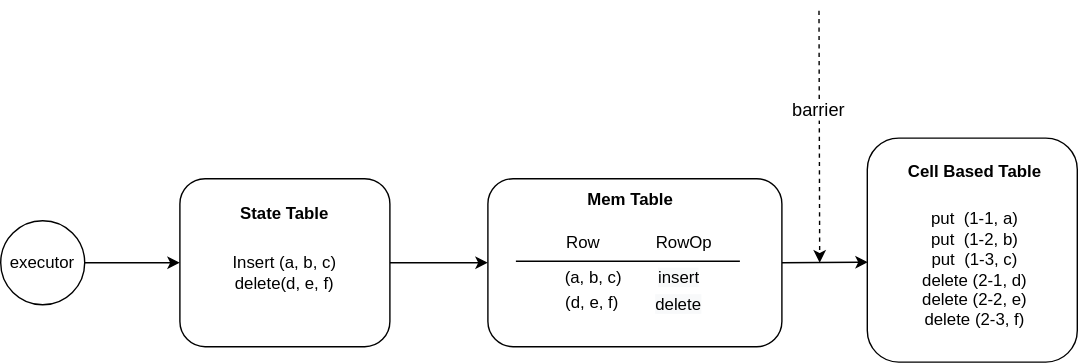
This is docs/images/relational-table-layer/relational-table-03.svg from piedb-dev/piestream, a draw.io export, as it was before one commit. Source tidied: cells renumbered, new cells last; positions are measured from the earlier drawing's top-left corner, leaving out a move shared by most shapes. Its diagram source:
```xml
<mxGraphModel>
  <root>
    <mxCell id="0" />
    <mxCell id="1" parent="0" />
    <mxCell id="2" style="edgeStyle=orthogonalEdgeStyle;rounded=0;jettySize=auto;html=1;exitX=1;exitY=0.5;exitDx=0;exitDy=0;" parent="1" edge="1" source="3" target="5">
      <mxGeometry relative="1" as="geometry" />
    </mxCell>
    <mxCell id="3" value="executor" style="ellipse;whiteSpace=wrap;html=1;" parent="1" vertex="1">
      <mxGeometry y="150" width="60" height="60" as="geometry" />
    </mxCell>
    <mxCell id="4" style="edgeStyle=none;rounded=0;jettySize=auto;html=1;exitX=1;exitY=0.5;exitDx=0;exitDy=0;entryX=0;entryY=0.5;entryDx=0;entryDy=0;" parent="1" edge="1" source="5" target="8">
      <mxGeometry relative="1" as="geometry" />
    </mxCell>
    <mxCell id="5" value="&lt;br&gt;Insert (a, b, c)&lt;br&gt;delete(d, e, f)" style="rounded=1;whiteSpace=wrap;html=1;" parent="1" vertex="1">
      <mxGeometry x="128" y="120" width="150" height="120" as="geometry" />
    </mxCell>
    <mxCell id="6" value="&lt;b&gt;State Table&lt;/b&gt;" style="text;html=1;strokeColor=none;fillColor=none;align=center;verticalAlign=middle;whiteSpace=wrap;rounded=0;" parent="1" vertex="1">
      <mxGeometry x="158" y="130" width="90" height="30" as="geometry" />
    </mxCell>
    <mxCell id="7" style="edgeStyle=none;rounded=0;jettySize=auto;html=1;exitX=1;exitY=0.5;exitDx=0;exitDy=0;entryX=0.003;entryY=0.554;entryDx=0;entryDy=0;entryPerimeter=0;fontSize=13;" parent="1" edge="1" source="8" target="15">
      <mxGeometry relative="1" as="geometry" />
    </mxCell>
    <mxCell id="8" value="&lt;table&gt;&lt;tbody&gt;&lt;tr&gt;&lt;td&gt;&lt;br&gt;&lt;/td&gt;&lt;td&gt;&lt;br&gt;&lt;/td&gt;&lt;/tr&gt;&lt;tr&gt;&lt;td&gt;&lt;br&gt;&lt;/td&gt;&lt;td&gt;&lt;br&gt;&lt;/td&gt;&lt;/tr&gt;&lt;/tbody&gt;&lt;/table&gt;" style="rounded=1;whiteSpace=wrap;html=1;" parent="1" vertex="1">
      <mxGeometry x="348" y="120" width="210" height="120" as="geometry" />
    </mxCell>
    <mxCell id="9" value="&lt;b&gt;Mem Table&lt;/b&gt;" style="text;html=1;strokeColor=none;fillColor=none;align=center;verticalAlign=middle;whiteSpace=wrap;rounded=0;" parent="1" vertex="1">
      <mxGeometry x="405" y="120" width="90" height="30" as="geometry" />
    </mxCell>
    <mxCell id="10" value="Row&amp;nbsp; &amp;nbsp; &amp;nbsp; &amp;nbsp; &amp;nbsp; &amp;nbsp; RowOp&amp;nbsp;" style="text;html=1;strokeColor=none;fillColor=none;align=center;verticalAlign=middle;whiteSpace=wrap;rounded=0;dashed=1;" parent="1" vertex="1">
      <mxGeometry x="388" y="151" width="140" height="29" as="geometry" />
    </mxCell>
    <mxCell id="11" value="(a, b, c)&amp;nbsp; &amp;nbsp; &amp;nbsp;" style="text;html=1;strokeColor=none;fillColor=none;align=center;verticalAlign=middle;whiteSpace=wrap;rounded=0;dashed=1;" parent="1" vertex="1">
      <mxGeometry x="373" y="176" width="118" height="30" as="geometry" />
    </mxCell>
    <mxCell id="12" value="(d, e, f)&amp;nbsp;&amp;nbsp;" style="text;html=1;strokeColor=none;fillColor=none;align=center;verticalAlign=middle;whiteSpace=wrap;rounded=0;dashed=1;" parent="1" vertex="1">
      <mxGeometry x="386" y="194" width="80" height="30" as="geometry" />
    </mxCell>
    <mxCell id="13" style="line;strokeWidth=1;html=1;perimeter=backbonePerimeter;" parent="1" vertex="1">
      <mxGeometry x="368" y="174" width="160" height="10" as="geometry" />
    </mxCell>
    <mxCell id="14" value="&lt;span style=&quot;color: rgb(0, 0, 0); font-family: Helvetica; font-size: 12px; font-style: normal; font-variant-ligatures: normal; font-variant-caps: normal; font-weight: 400; letter-spacing: normal; orphans: 2; text-align: center; text-indent: 0px; text-transform: none; widows: 2; word-spacing: 0px; -webkit-text-stroke-width: 0px; background-color: rgb(248, 249, 250); text-decoration-thickness: initial; text-decoration-style: initial; text-decoration-color: initial; float: none; display: inline !important;&quot;&gt;delete&lt;/span&gt;" style="text;whiteSpace=wrap;html=1;" parent="1" vertex="1">
      <mxGeometry x="466" y="196" width="60" height="30" as="geometry" />
    </mxCell>
    <mxCell id="15" value="&lt;table&gt;&lt;tbody&gt;&lt;tr&gt;&lt;td&gt;&lt;br&gt;&lt;/td&gt;&lt;td&gt;&lt;br&gt;&lt;/td&gt;&lt;/tr&gt;&lt;tr&gt;&lt;td&gt;&lt;br&gt;&lt;/td&gt;&lt;td&gt;&lt;br&gt;&lt;/td&gt;&lt;/tr&gt;&lt;/tbody&gt;&lt;/table&gt;" style="rounded=1;whiteSpace=wrap;html=1;" parent="1" vertex="1">
      <mxGeometry x="619" y="91" width="150" height="160" as="geometry" />
    </mxCell>
    <mxCell id="16" value="&lt;b&gt;Cell Based Table&lt;/b&gt;" style="text;html=1;strokeColor=none;fillColor=none;align=center;verticalAlign=middle;whiteSpace=wrap;rounded=0;" parent="1" vertex="1">
      <mxGeometry x="641" y="100" width="110" height="30" as="geometry" />
    </mxCell>
    <mxCell id="17" value="put&amp;nbsp; (1-1, a)&lt;br&gt;put&amp;nbsp; (1-2, b)&lt;br&gt;put&amp;nbsp; (1-3, c)&lt;br&gt;delete (2-1, d)&lt;br&gt;delete (2-2, e)&lt;br&gt;delete (2-3, f)" style="text;html=1;strokeColor=none;fillColor=none;align=center;verticalAlign=middle;whiteSpace=wrap;rounded=0;dashed=1;" parent="1" vertex="1">
      <mxGeometry x="656" y="170" width="80" height="30" as="geometry" />
    </mxCell>
    <mxCell id="18" value="&lt;span style=&quot;color: rgb(0, 0, 0); font-family: Helvetica; font-size: 12px; font-style: normal; font-variant-ligatures: normal; font-variant-caps: normal; font-weight: 400; letter-spacing: normal; orphans: 2; text-align: center; text-indent: 0px; text-transform: none; widows: 2; word-spacing: 0px; -webkit-text-stroke-width: 0px; background-color: rgb(248, 249, 250); text-decoration-thickness: initial; text-decoration-style: initial; text-decoration-color: initial; float: none; display: inline !important;&quot;&gt;insert&lt;/span&gt;" style="text;whiteSpace=wrap;html=1;" parent="1" vertex="1">
      <mxGeometry x="468" y="177" width="60" height="30" as="geometry" />
    </mxCell>
    <mxCell id="19" style="edgeStyle=none;rounded=0;orthogonalLoop=1;jettySize=auto;html=1;dashed=1;" parent="1" edge="1">
      <mxGeometry relative="1" as="geometry">
        <mxPoint x="584.5" as="sourcePoint" />
        <mxPoint x="585" y="180" as="targetPoint" />
      </mxGeometry>
    </mxCell>
    <mxCell id="20" value="barrier" style="edgeLabel;html=1;align=center;verticalAlign=middle;fontSize=13;" parent="19" vertex="1">
      <mxGeometry x="-0.71" y="-1" relative="1" as="geometry">
        <mxPoint y="44" as="offset" />
      </mxGeometry>
    </mxCell>
    <mxCell id="21" style="edgeStyle=none;rounded=0;orthogonalLoop=1;jettySize=auto;html=1;exitX=0.25;exitY=0;exitDx=0;exitDy=0;dashed=1;fontSize=13;" parent="1" edge="1" source="17" target="17">
      <mxGeometry relative="1" as="geometry" />
    </mxCell>
    <mxCell id="22" style="edgeStyle=none;rounded=0;orthogonalLoop=1;jettySize=auto;html=1;exitX=0;exitY=0.5;exitDx=0;exitDy=0;dashed=1;fontSize=13;" parent="1" edge="1" source="8" target="8">
      <mxGeometry relative="1" as="geometry" />
    </mxCell>
  </root>
</mxGraphModel>
```
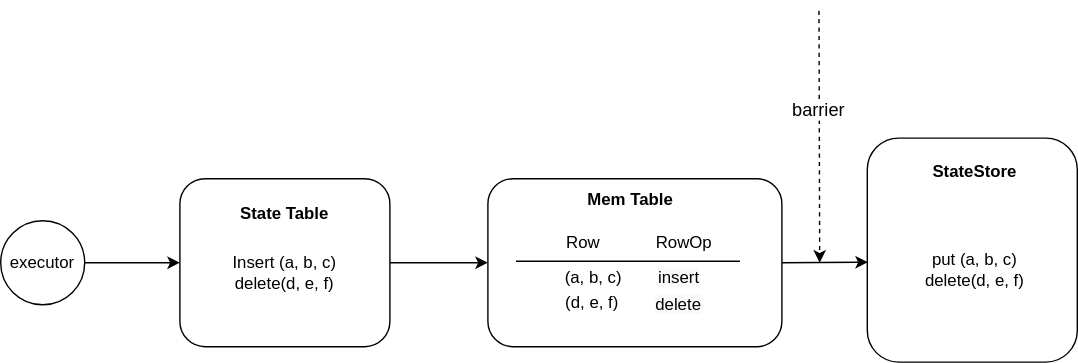
The same file after the commit.

The edit, as a diff of the source:
```diff
@@ -44,10 +44,10 @@
     <mxCell id="15" value="&lt;table&gt;&lt;tbody&gt;&lt;tr&gt;&lt;td&gt;&lt;br&gt;&lt;/td&gt;&lt;td&gt;&lt;br&gt;&lt;/td&gt;&lt;/tr&gt;&lt;tr&gt;&lt;td&gt;&lt;br&gt;&lt;/td&gt;&lt;td&gt;&lt;br&gt;&lt;/td&gt;&lt;/tr&gt;&lt;/tbody&gt;&lt;/table&gt;" style="rounded=1;whiteSpace=wrap;html=1;" parent="1" vertex="1">
       <mxGeometry x="619" y="91" width="150" height="160" as="geometry" />
     </mxCell>
-    <mxCell id="16" value="&lt;b&gt;Cell Based Table&lt;/b&gt;" style="text;html=1;strokeColor=none;fillColor=none;align=center;verticalAlign=middle;whiteSpace=wrap;rounded=0;" parent="1" vertex="1">
+    <mxCell id="16" value="&lt;b&gt;StateStore&lt;/b&gt;" style="text;html=1;strokeColor=none;fillColor=none;align=center;verticalAlign=middle;whiteSpace=wrap;rounded=0;" parent="1" vertex="1">
       <mxGeometry x="641" y="100" width="110" height="30" as="geometry" />
     </mxCell>
-    <mxCell id="17" value="put&amp;nbsp; (1-1, a)&lt;br&gt;put&amp;nbsp; (1-2, b)&lt;br&gt;put&amp;nbsp; (1-3, c)&lt;br&gt;delete (2-1, d)&lt;br&gt;delete (2-2, e)&lt;br&gt;delete (2-3, f)" style="text;html=1;strokeColor=none;fillColor=none;align=center;verticalAlign=middle;whiteSpace=wrap;rounded=0;dashed=1;" parent="1" vertex="1">
+    <mxCell id="17" value="put (a, b, c)&lt;br&gt;delete(d, e, f)" style="text;html=1;strokeColor=none;fillColor=none;align=center;verticalAlign=middle;whiteSpace=wrap;rounded=0;dashed=1;" parent="1" vertex="1">
       <mxGeometry x="656" y="170" width="80" height="30" as="geometry" />
     </mxCell>
     <mxCell id="18" value="&lt;span style=&quot;color: rgb(0, 0, 0); font-family: Helvetica; font-size: 12px; font-style: normal; font-variant-ligatures: normal; font-variant-caps: normal; font-weight: 400; letter-spacing: normal; orphans: 2; text-align: center; text-indent: 0px; text-transform: none; widows: 2; word-spacing: 0px; -webkit-text-stroke-width: 0px; background-color: rgb(248, 249, 250); text-decoration-thickness: initial; text-decoration-style: initial; text-decoration-color: initial; float: none; display: inline !important;&quot;&gt;insert&lt;/span&gt;" style="text;whiteSpace=wrap;html=1;" parent="1" vertex="1">
```
